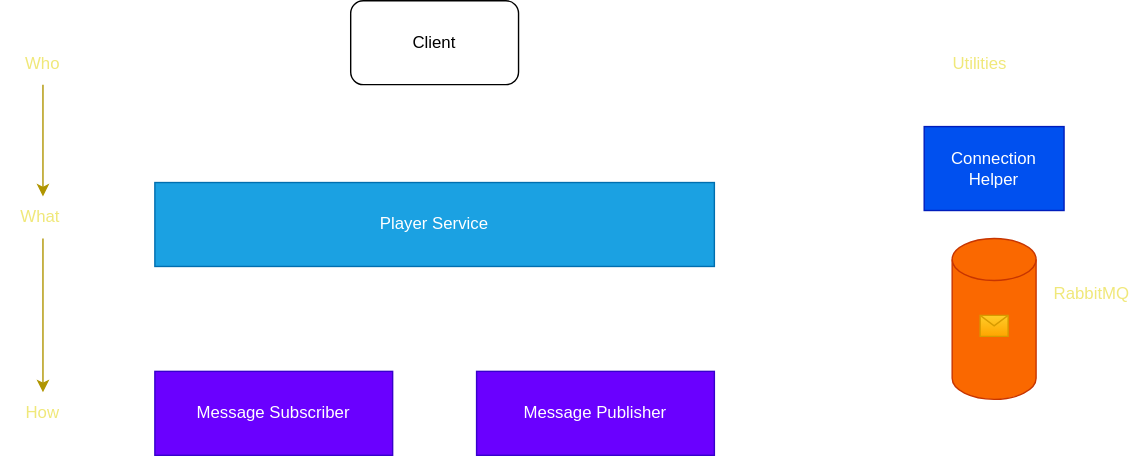
Moshimane/OTAssignment keeps this draw.io diagram as api-architecture.drawio.svg. Above is the earlier version. Source tidied: cells renumbered, new cells last; positions are measured from the earlier drawing's top-left corner, leaving out a move shared by most shapes. Source of this version:
```xml
<mxGraphModel>
  <root>
    <mxCell id="0" />
    <mxCell id="1" parent="0" />
    <mxCell id="2" style="edgeStyle=none;html=1;fontColor=#F0E87A;labelBackgroundColor=#F0E87A;fillColor=#e3c800;strokeColor=#B09500;" parent="1" edge="1" source="3" target="5">
      <mxGeometry relative="1" as="geometry" />
    </mxCell>
    <mxCell id="3" value="Who" style="text;html=1;align=center;verticalAlign=middle;whiteSpace=wrap;rounded=0;fontColor=#F0E87A;" parent="1" vertex="1">
      <mxGeometry y="30" width="60" height="30" as="geometry" />
    </mxCell>
    <mxCell id="4" style="edgeStyle=none;html=1;fillColor=#e3c800;strokeColor=#B09500;" parent="1" edge="1" source="5" target="6">
      <mxGeometry relative="1" as="geometry" />
    </mxCell>
    <mxCell id="5" value="What&lt;span style=&quot;font-family: monospace; font-size: 0px; text-align: start;&quot;&gt;%3CmxGraphModel%3E%3Croot%3E%3CmxCell%20id%3D%220%22%2F%3E%3CmxCell%20id%3D%221%22%20parent%3D%220%22%2F%3E%3CmxCell%20id%3D%222%22%20value%3D%22Who%22%20style%3D%22text%3Bhtml%3D1%3BstrokeColor%3Dnone%3BfillColor%3Dnone%3Balign%3Dcenter%3BverticalAlign%3Dmiddle%3BwhiteSpace%3Dwrap%3Brounded%3D0%3B%22%20vertex%3D%221%22%20parent%3D%221%22%3E%3CmxGeometry%20x%3D%2210%22%20y%3D%2250%22%20width%3D%2260%22%20height%3D%2230%22%20as%3D%22geometry%22%2F%3E%3C%2FmxCell%3E%3C%2Froot%3E%3C%2FmxGraphModel%3E&lt;/span&gt;" style="text;html=1;align=center;verticalAlign=middle;whiteSpace=wrap;rounded=0;fontColor=#F0E87A;" parent="1" vertex="1">
      <mxGeometry y="140" width="60" height="30" as="geometry" />
    </mxCell>
    <mxCell id="6" value="How" style="text;html=1;align=center;verticalAlign=middle;whiteSpace=wrap;rounded=0;fontColor=#F0E87A;" parent="1" vertex="1">
      <mxGeometry y="280" width="60" height="30" as="geometry" />
    </mxCell>
    <mxCell id="7" value="Client" style="rounded=1;whiteSpace=wrap;html=1;" parent="1" vertex="1">
      <mxGeometry x="250" width="120" height="60" as="geometry" />
    </mxCell>
    <mxCell id="8" value="Player Service" style="rounded=0;whiteSpace=wrap;html=1;fillColor=#1ba1e2;fontColor=#ffffff;strokeColor=#006EAF;" parent="1" vertex="1">
      <mxGeometry x="110" y="130" width="400" height="60" as="geometry" />
    </mxCell>
    <mxCell id="9" value="Message Subscriber&amp;nbsp;" style="rounded=0;whiteSpace=wrap;html=1;fillColor=#6a00ff;fontColor=#ffffff;strokeColor=#3700CC;" parent="1" vertex="1">
      <mxGeometry x="110" y="265" width="170" height="60" as="geometry" />
    </mxCell>
    <mxCell id="10" value="Message Publisher" style="rounded=0;whiteSpace=wrap;html=1;fillColor=#6a00ff;fontColor=#ffffff;strokeColor=#3700CC;" parent="1" vertex="1">
      <mxGeometry x="340" y="265" width="170" height="60" as="geometry" />
    </mxCell>
    <mxCell id="11" value="Connection Helper" style="rounded=0;whiteSpace=wrap;html=1;fillColor=#0050ef;fontColor=#ffffff;strokeColor=#001DBC;" parent="1" vertex="1">
      <mxGeometry x="660" y="90" width="100" height="60" as="geometry" />
    </mxCell>
    <mxCell id="12" value="Utilities" style="text;html=1;align=center;verticalAlign=middle;whiteSpace=wrap;rounded=0;fontColor=#F0E87A;" parent="1" vertex="1">
      <mxGeometry x="670" y="30" width="60" height="30" as="geometry" />
    </mxCell>
    <mxCell id="13" style="shape=cylinder3;whiteSpace=wrap;html=1;boundedLbl=1;backgroundOutline=1;size=15;rotation=0;fillColor=#fa6800;strokeColor=#C73500;fontColor=#000000;" parent="1" vertex="1">
      <mxGeometry x="680" y="170" width="60" height="115" as="geometry" />
    </mxCell>
    <mxCell id="14" style="shape=message;html=1;html=1;labelPosition=center;verticalLabelPosition=bottom;align=center;verticalAlign=top;fontSize=6;fillColor=#ffcd28;strokeColor=#d79b00;gradientColor=#ffa500;" parent="1" vertex="1">
      <mxGeometry x="700" y="225" width="20" height="15" as="geometry" />
    </mxCell>
    <mxCell id="15" value="RabbitMQ" style="text;html=1;align=center;verticalAlign=middle;whiteSpace=wrap;rounded=0;fontColor=#F0E87A;" parent="1" vertex="1">
      <mxGeometry x="750" y="195" width="60" height="30" as="geometry" />
    </mxCell>
  </root>
</mxGraphModel>
```
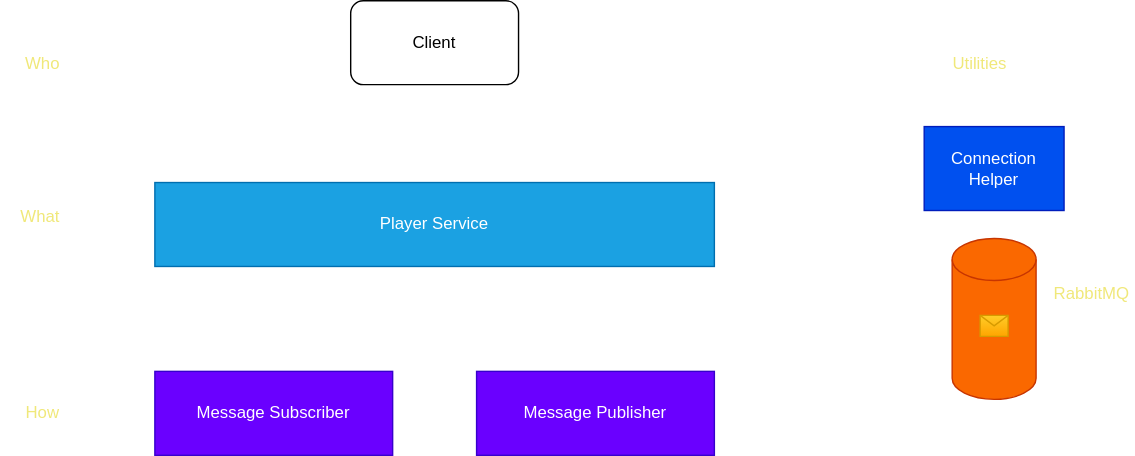
After the change.

Commit message:
remove call direction

The edit, as a diff of the source:
```diff
@@ -2,15 +2,9 @@
   <root>
     <mxCell id="0" />
     <mxCell id="1" parent="0" />
-    <mxCell id="2" style="edgeStyle=none;html=1;fontColor=#F0E87A;labelBackgroundColor=#F0E87A;fillColor=#e3c800;strokeColor=#B09500;" parent="1" edge="1" source="3" target="5">
-      <mxGeometry relative="1" as="geometry" />
-    </mxCell>
     <mxCell id="3" value="Who" style="text;html=1;align=center;verticalAlign=middle;whiteSpace=wrap;rounded=0;fontColor=#F0E87A;" parent="1" vertex="1">
       <mxGeometry y="30" width="60" height="30" as="geometry" />
     </mxCell>
-    <mxCell id="4" style="edgeStyle=none;html=1;fillColor=#e3c800;strokeColor=#B09500;" parent="1" edge="1" source="5" target="6">
-      <mxGeometry relative="1" as="geometry" />
-    </mxCell>
     <mxCell id="5" value="What&lt;span style=&quot;font-family: monospace; font-size: 0px; text-align: start;&quot;&gt;%3CmxGraphModel%3E%3Croot%3E%3CmxCell%20id%3D%220%22%2F%3E%3CmxCell%20id%3D%221%22%20parent%3D%220%22%2F%3E%3CmxCell%20id%3D%222%22%20value%3D%22Who%22%20style%3D%22text%3Bhtml%3D1%3BstrokeColor%3Dnone%3BfillColor%3Dnone%3Balign%3Dcenter%3BverticalAlign%3Dmiddle%3BwhiteSpace%3Dwrap%3Brounded%3D0%3B%22%20vertex%3D%221%22%20parent%3D%221%22%3E%3CmxGeometry%20x%3D%2210%22%20y%3D%2250%22%20width%3D%2260%22%20height%3D%2230%22%20as%3D%22geometry%22%2F%3E%3C%2FmxCell%3E%3C%2Froot%3E%3C%2FmxGraphModel%3E&lt;/span&gt;" style="text;html=1;align=center;verticalAlign=middle;whiteSpace=wrap;rounded=0;fontColor=#F0E87A;" parent="1" vertex="1">
       <mxGeometry y="140" width="60" height="30" as="geometry" />
     </mxCell>
```
